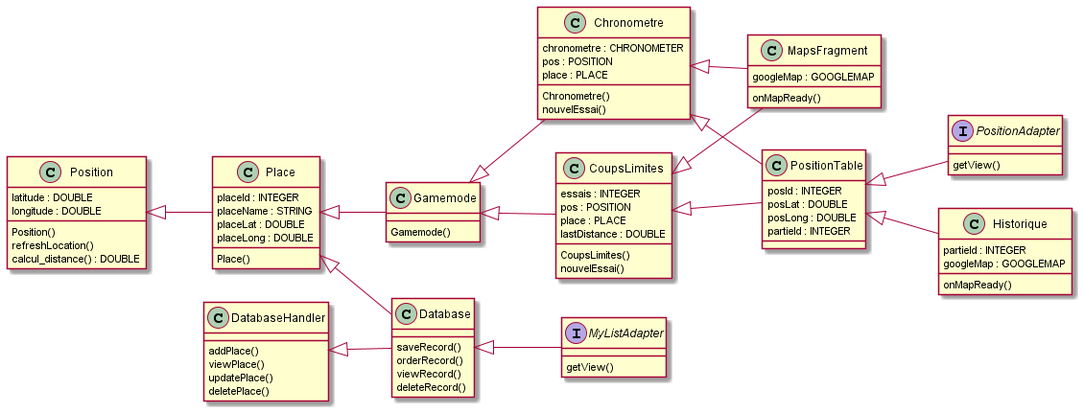
Kaanar/Akenasia keeps this PlantUML diagram as Doc/Images/Diagramme.png. Above is the earlier version. The source it was exported from:
```plantuml
@startuml Akenasia
left to right direction

class Chronometre {
  chronometre : CHRONOMETER
  pos : POSITION
  place : PLACE
  Chronometre()
  nouvelEssai()
}

class MapsFragment {
  googleMap : GOOGLEMAP
  onMapReady()
}

class Place {
  placeId : INTEGER
  placeName : STRING
  placeLat : DOUBLE
  placeLong : DOUBLE
  Place()
}

class Database {
  saveRecord()
  orderRecord()
  viewRecord()
  deleteRecord()
}

class Position {
  latitude : DOUBLE
  longitude : DOUBLE
  Position()
  refreshLocation()
  calcul_distance() : DOUBLE
}

interface MyListAdapter {
  getView()
}

class Gamemode {
  Gamemode()
}

class CoupsLimites {
  essais : INTEGER
  pos : POSITION
  place : PLACE
  lastDistance : DOUBLE
  CoupsLimites()
  nouvelEssai()
}

class PositionTable {
  posId : INTEGER
  posLat : DOUBLE
  posLong : DOUBLE
  partieId : INTEGER
}

interface PositionAdapter {
  getView()
}

class Historique {
  partieId : INTEGER
  googleMap : GOOGLEMAP
  onMapReady()
}

class DatabaseHandler {
  addPlace()
  viewPlace()
  updatePlace()
  deletePlace()
}

Database <|-- MyListAdapter
DatabaseHandler <|-- Database
Place <|-- Database
Position <|-- Place
Place <|-- Gamemode
Gamemode <|-- Chronometre
Gamemode <|-- CoupsLimites
Chronometre <|-- PositionTable
CoupsLimites <|-- PositionTable
PositionTable <|-- PositionAdapter
PositionTable <|-- Historique
Chronometre <|-- MapsFragment
CoupsLimites <|-- MapsFragment

@enduml
```
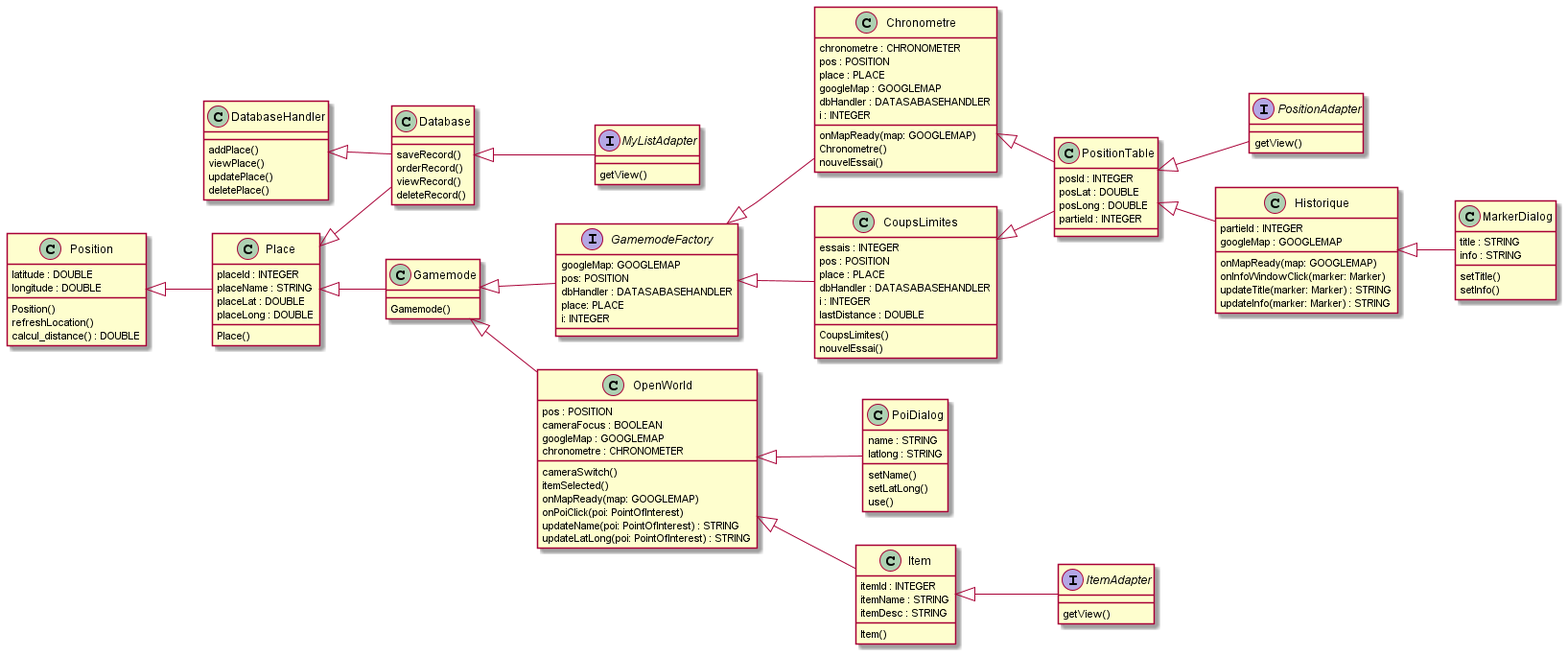
Above is the later version.

What changed in the source:
```diff
@@ -5,13 +5,12 @@
   chronometre : CHRONOMETER
   pos : POSITION
   place : PLACE
+  googleMap : GOOGLEMAP
+  dbHandler : DATASABASEHANDLER
+  i : INTEGER
+  onMapReady(map: GOOGLEMAP)
   Chronometre()
   nouvelEssai()
-}
-
-class MapsFragment {
-  googleMap : GOOGLEMAP
-  onMapReady()
 }
 
 class Place {
@@ -49,6 +48,8 @@
   essais : INTEGER
   pos : POSITION
   place : PLACE
+  dbHandler : DATASABASEHANDLER
+  i : INTEGER
   lastDistance : DOUBLE
   CoupsLimites()
   nouvelEssai()
@@ -68,7 +69,10 @@
 class Historique {
   partieId : INTEGER
   googleMap : GOOGLEMAP
-  onMapReady()
+  onMapReady(map: GOOGLEMAP)
+  onInfoWindowClick(marker: Marker)
+  updateTitle(marker: Marker) : STRING
+  updateInfo(marker: Marker) : STRING
 }
 
 class DatabaseHandler {
@@ -78,18 +82,69 @@
   deletePlace()
 }
 
+class MarkerDialog {
+  title : STRING
+  info : STRING
+  setTitle()
+  setInfo()
+}
+
+class PoiDialog {
+  name : STRING
+  latlong : STRING
+  setName()
+  setLatLong()
+  use()
+}
+
+class Item {
+  itemId : INTEGER
+  itemName : STRING
+  itemDesc : STRING
+  Item()
+}
+
+interface ItemAdapter {
+  getView()
+}
+
+interface GamemodeFactory {
+  googleMap: GOOGLEMAP
+  pos: POSITION
+  dbHandler : DATASABASEHANDLER
+  place: PLACE
+  i: INTEGER
+}
+
+class OpenWorld {
+  pos : POSITION
+  cameraFocus : BOOLEAN
+  googleMap : GOOGLEMAP
+  chronometre : CHRONOMETER
+  cameraSwitch()
+  itemSelected()
+  onMapReady(map: GOOGLEMAP)
+  onPoiClick(poi: PointOfInterest)
+  updateName(poi: PointOfInterest) : STRING
+  updateLatLong(poi: PointOfInterest) : STRING
+}
+
 Database <|-- MyListAdapter
 DatabaseHandler <|-- Database
 Place <|-- Database
 Position <|-- Place
 Place <|-- Gamemode
-Gamemode <|-- Chronometre
-Gamemode <|-- CoupsLimites
+GamemodeFactory <|-- Chronometre
+GamemodeFactory <|-- CoupsLimites
 Chronometre <|-- PositionTable
 CoupsLimites <|-- PositionTable
 PositionTable <|-- PositionAdapter
 PositionTable <|-- Historique
-Chronometre <|-- MapsFragment
-CoupsLimites <|-- MapsFragment
+Historique <|-- MarkerDialog
+OpenWorld <|-- PoiDialog
+Gamemode <|-- OpenWorld
+OpenWorld <|-- Item
+Item <|-- ItemAdapter
+Gamemode <|-- GamemodeFactory
 
 @enduml
```
